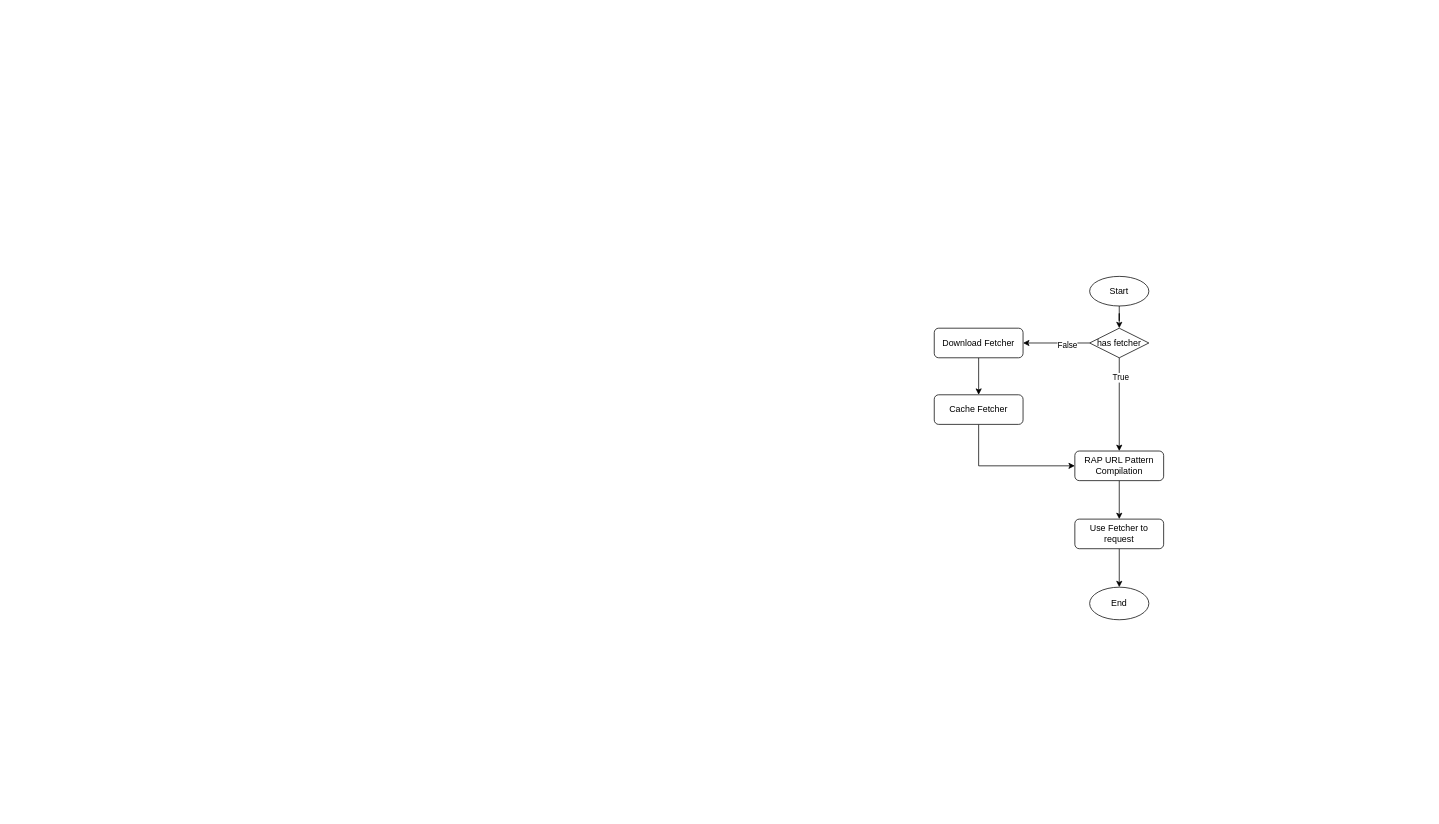
The draw.io diagram RAP Data Source.drawio in Zsynuting/diagram, before the edit. Source tidied: cells renumbered, new cells numbered last; positions are measured from the earlier drawing's top-left corner, leaving out a move shared by most shapes. Both pictures are drawn from the tidied source at 74%, with x=0, y=0 at pixel (934, 276).
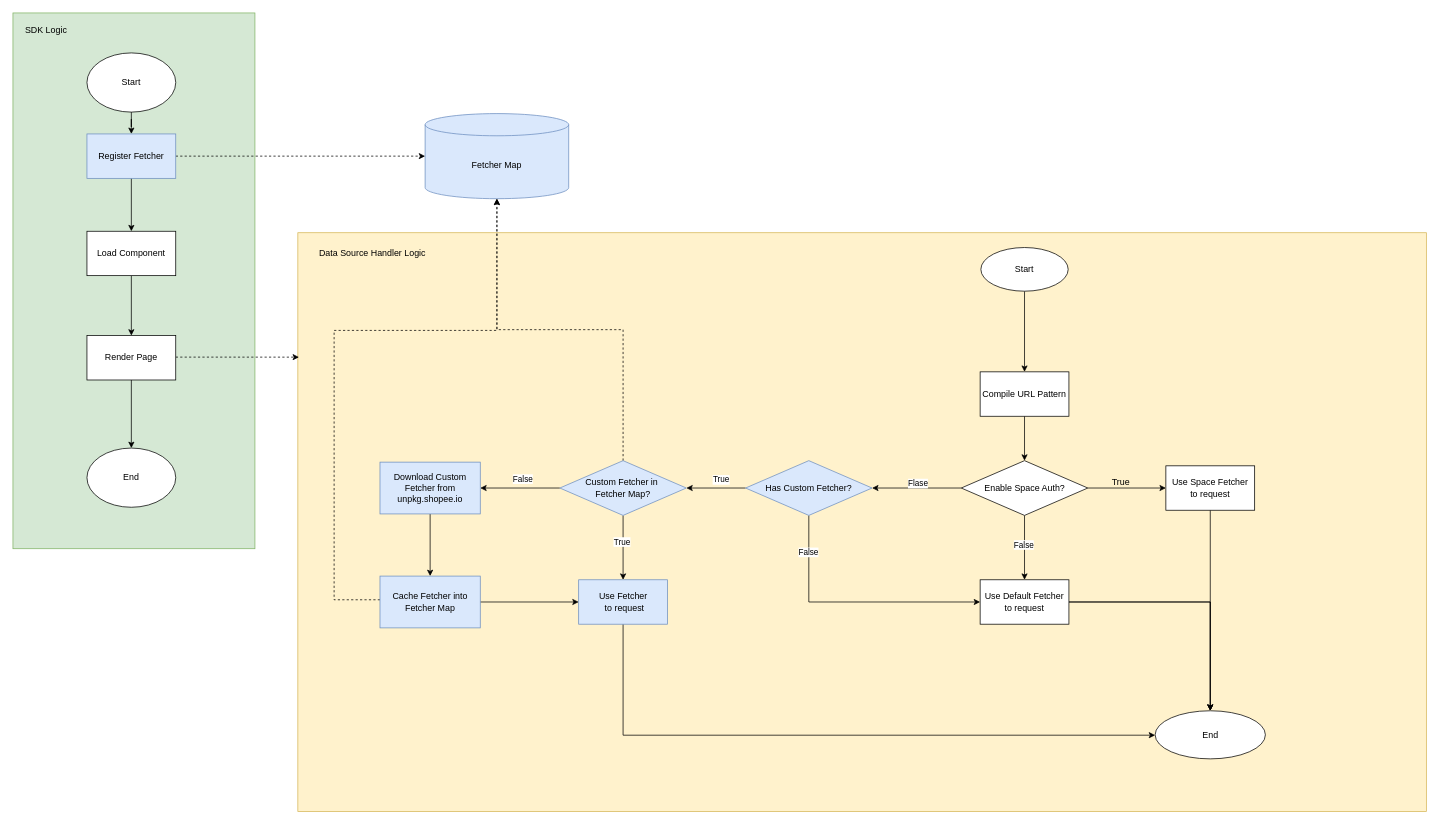
Above is the later version.

The edit, as a diff of the source:
```diff
@@
-    <mxCell id="2" style="edgeStyle=orthogonalEdgeStyle;rounded=0;jettySize=auto;html=1;" parent="1" edge="1" source="3" target="7">
-      <mxGeometry relative="1" as="geometry" />
-    </mxCell>
-    <mxCell id="3" value="RAP URL Pattern Compilation" style="rounded=1;whiteSpace=wrap;html=1;fontSize=12;glass=0;strokeWidth=1;shadow=0;" parent="1" vertex="1">
-      <mxGeometry x="190" y="236" width="120" height="40" as="geometry" />
-    </mxCell>
-    <mxCell id="4" style="edgeStyle=orthogonalEdgeStyle;rounded=0;jettySize=auto;html=1;" parent="1" edge="1" source="5" target="17">
-      <mxGeometry relative="1" as="geometry" />
-    </mxCell>
-    <mxCell id="5" value="Download Fetcher" style="rounded=1;whiteSpace=wrap;html=1;fontSize=12;glass=0;strokeWidth=1;shadow=0;" parent="1" vertex="1">
-      <mxGeometry y="70" width="120" height="40" as="geometry" />
-    </mxCell>
-    <mxCell id="6" style="edgeStyle=orthogonalEdgeStyle;rounded=0;jettySize=auto;html=1;" parent="1" edge="1" source="7" target="10">
-      <mxGeometry relative="1" as="geometry" />
-    </mxCell>
+    <mxCell id="18" style="rounded=0;whiteSpace=wrap;html=1;fillColor=#d5e8d4;strokeColor=#82b366;" parent="1" vertex="1">
+      <mxGeometry x="-1245" y="-356" width="327" height="724" as="geometry" />
+    </mxCell>
+    <mxCell id="19" style="rounded=0;whiteSpace=wrap;html=1;fillColor=#fff2cc;strokeColor=#d6b656;" parent="1" vertex="1">
+      <mxGeometry x="-860" y="-59" width="1525" height="782" as="geometry" />
+    </mxCell>
+    <mxCell id="20" style="edgeStyle=orthogonalEdgeStyle;rounded=0;jettySize=auto;html=1;" parent="1" edge="1" source="9" target="22">
+      <mxGeometry relative="1" as="geometry" />
+    </mxCell>
+    <mxCell id="9" value="Start" style="ellipse;whiteSpace=wrap;html=1;" parent="1" vertex="1">
+      <mxGeometry x="63" y="-39" width="118" height="59" as="geometry" />
+    </mxCell>
+    <mxCell id="21" style="edgeStyle=orthogonalEdgeStyle;rounded=0;jettySize=auto;html=1;" parent="1" edge="1" source="22" target="28">
+      <mxGeometry relative="1" as="geometry" />
+    </mxCell>
+    <mxCell id="22" value="Compile URL Pattern" style="whiteSpace=wrap;html=1;" parent="1" vertex="1">
+      <mxGeometry x="62" y="129" width="120" height="60" as="geometry" />
+    </mxCell>
+    <mxCell id="23" style="edgeStyle=orthogonalEdgeStyle;rounded=0;jettySize=auto;html=1;" parent="1" edge="1" source="28" target="30">
+      <mxGeometry relative="1" as="geometry" />
+    </mxCell>
+    <mxCell id="24" style="edgeStyle=orthogonalEdgeStyle;rounded=0;jettySize=auto;html=1;" parent="1" edge="1" source="28" target="34">
+      <mxGeometry relative="1" as="geometry" />
+    </mxCell>
+    <mxCell id="25" value="False" style="edgeLabel;html=1;align=center;verticalAlign=middle;" parent="24" vertex="1">
+      <mxGeometry x="-0.1" y="-2" relative="1" as="geometry" />
+    </mxCell>
+    <mxCell id="26" style="edgeStyle=orthogonalEdgeStyle;rounded=0;jettySize=auto;html=1;" parent="1" edge="1" source="28" target="39">
+      <mxGeometry relative="1" as="geometry" />
+    </mxCell>
+    <mxCell id="27" value="Flase" style="edgeLabel;html=1;align=center;verticalAlign=middle;" parent="26" vertex="1">
+      <mxGeometry x="0.31" y="3" relative="1" as="geometry">
+        <mxPoint x="20" y="-10" as="offset" />
+      </mxGeometry>
+    </mxCell>
+    <mxCell id="28" value="Enable Space Auth?" style="rhombus;whiteSpace=wrap;html=1;" parent="1" vertex="1">
+      <mxGeometry x="36.5" y="249" width="171" height="74" as="geometry" />
+    </mxCell>
+    <mxCell id="29" style="edgeStyle=orthogonalEdgeStyle;rounded=0;jettySize=auto;html=1;" parent="1" edge="1" source="30" target="35">
+      <mxGeometry relative="1" as="geometry" />
+    </mxCell>
+    <mxCell id="30" value="Use Space Fetcher&lt;br&gt;to request" style="whiteSpace=wrap;html=1;" parent="1" vertex="1">
+      <mxGeometry x="313" y="256" width="120" height="60" as="geometry" />
+    </mxCell>
+    <mxCell id="31" value="True" style="text;html=1;align=center;verticalAlign=middle;strokeColor=none;fillColor=none;" parent="1" vertex="1">
+      <mxGeometry x="231" y="266" width="42" height="26" as="geometry" />
+    </mxCell>
+    <mxCell id="32" style="edgeStyle=orthogonalEdgeStyle;rounded=0;jettySize=auto;html=1;" parent="1" edge="1" source="34" target="35">
+      <mxGeometry relative="1" as="geometry" />
+    </mxCell>
+    <mxCell id="33" style="edgeStyle=orthogonalEdgeStyle;rounded=0;jettySize=auto;html=1;" parent="1" edge="1" source="34" target="35">
+      <mxGeometry relative="1" as="geometry" />
+    </mxCell>
+    <mxCell id="34" value="Use Default Fetcher&lt;br&gt;to request" style="whiteSpace=wrap;html=1;" parent="1" vertex="1">
+      <mxGeometry x="62" y="410" width="120" height="60" as="geometry" />
+    </mxCell>
+    <mxCell id="35" value="End" style="ellipse;whiteSpace=wrap;html=1;" parent="1" vertex="1">
+      <mxGeometry x="298.5" y="587" width="149" height="65" as="geometry" />
+    </mxCell>
+    <mxCell id="36" value="True" style="edgeStyle=orthogonalEdgeStyle;rounded=0;jettySize=auto;html=1;" parent="1" edge="1" source="39" target="55">
+      <mxGeometry x="-0.17" y="-11" relative="1" as="geometry" />
+    </mxCell>
+    <mxCell id="37" style="edgeStyle=orthogonalEdgeStyle;rounded=0;jettySize=auto;html=1;" parent="1" edge="1" source="39" target="34">
+      <mxGeometry relative="1" as="geometry">
+        <Array as="points">
+          <mxPoint x="-169" y="440" />
+        </Array>
+      </mxGeometry>
+    </mxCell>
+    <mxCell id="38" value="False" style="edgeLabel;html=1;align=center;verticalAlign=middle;" parent="37" vertex="1">
+      <mxGeometry x="-0.72" y="-1" relative="1" as="geometry" />
+    </mxCell>
+    <mxCell id="39" value="Has Custom Fetcher?" style="rhombus;whiteSpace=wrap;html=1;fillColor=#dae8fc;strokeColor=#6c8ebf;" parent="1" vertex="1">
+      <mxGeometry x="-255" y="249" width="171" height="74" as="geometry" />
+    </mxCell>
+    <mxCell id="40" value="Fetcher Map" style="shape=cylinder3;whiteSpace=wrap;html=1;boundedLbl=1;backgroundOutline=1;size=15;fillColor=#dae8fc;strokeColor=#6c8ebf;" parent="1" vertex="1">
+      <mxGeometry x="-688" y="-220" width="194" height="115" as="geometry" />
+    </mxCell>
+    <mxCell id="41" style="edgeStyle=orthogonalEdgeStyle;rounded=0;jettySize=auto;html=1;" parent="1" edge="1" source="42" target="45">
+      <mxGeometry relative="1" as="geometry" />
+    </mxCell>
+    <mxCell id="42" value="Start" style="ellipse;whiteSpace=wrap;html=1;" parent="1" vertex="1">
+      <mxGeometry x="-1145" y="-302" width="120" height="80" as="geometry" />
+    </mxCell>
+    <mxCell id="43" style="edgeStyle=orthogonalEdgeStyle;rounded=0;jettySize=auto;html=1;" parent="1" edge="1" source="45" target="47">
+      <mxGeometry relative="1" as="geometry" />
+    </mxCell>
+    <mxCell id="44" style="edgeStyle=orthogonalEdgeStyle;rounded=0;jettySize=auto;html=1;dashed=1;" parent="1" edge="1" source="45" target="40">
+      <mxGeometry relative="1" as="geometry" />
+    </mxCell>
+    <mxCell id="45" value="Register Fetcher" style="whiteSpace=wrap;html=1;fillColor=#dae8fc;strokeColor=#6c8ebf;" parent="1" vertex="1">
+      <mxGeometry x="-1145" y="-192.5" width="120" height="60" as="geometry" />
+    </mxCell>
+    <mxCell id="46" style="edgeStyle=orthogonalEdgeStyle;rounded=0;jettySize=auto;html=1;" parent="1" edge="1" source="47" target="50">
+      <mxGeometry relative="1" as="geometry" />
+    </mxCell>
+    <mxCell id="47" value="Load Component" style="whiteSpace=wrap;html=1;" parent="1" vertex="1">
+      <mxGeometry x="-1145" y="-61" width="120" height="60" as="geometry" />
+    </mxCell>
+    <mxCell id="48" style="edgeStyle=orthogonalEdgeStyle;rounded=0;jettySize=auto;html=1;" parent="1" edge="1" source="50" target="51">
+      <mxGeometry relative="1" as="geometry" />
+    </mxCell>
+    <mxCell id="49" style="edgeStyle=orthogonalEdgeStyle;rounded=0;jettySize=auto;html=1;entryX=0.001;entryY=0.215;entryDx=0;entryDy=0;entryPerimeter=0;dashed=1;" parent="1" edge="1" source="50" target="19">
+      <mxGeometry relative="1" as="geometry">
+        <Array as="points">
+          <mxPoint x="-949" y="110" />
+        </Array>
+      </mxGeometry>
+    </mxCell>
+    <mxCell id="50" value="Render Page" style="whiteSpace=wrap;html=1;" parent="1" vertex="1">
+      <mxGeometry x="-1145" y="80" width="120" height="60" as="geometry" />
+    </mxCell>
+    <mxCell id="51" value="End" style="ellipse;whiteSpace=wrap;html=1;" parent="1" vertex="1">
+      <mxGeometry x="-1145" y="232" width="120" height="80" as="geometry" />
+    </mxCell>
+    <mxCell id="52" style="edgeStyle=orthogonalEdgeStyle;rounded=0;jettySize=auto;html=1;dashed=1;" parent="1" edge="1" source="55" target="40">
+      <mxGeometry relative="1" as="geometry" />
+    </mxCell>
+    <mxCell id="53" style="edgeStyle=orthogonalEdgeStyle;rounded=0;jettySize=auto;html=1;" parent="1" edge="1" source="55" target="7">
+      <mxGeometry relative="1" as="geometry" />
+    </mxCell>
+    <mxCell id="14" value="True" style="edgeLabel;html=1;align=center;verticalAlign=middle;" parent="53" vertex="1">
+      <mxGeometry x="-0.2" y="-2" relative="1" as="geometry" />
+    </mxCell>
+    <mxCell id="54" value="False" style="edgeStyle=orthogonalEdgeStyle;rounded=0;jettySize=auto;html=1;" parent="1" edge="1" source="55" target="58">
+      <mxGeometry x="-0.07" y="-12" relative="1" as="geometry" />
+    </mxCell>
+    <mxCell id="55" value="Custom Fetcher in&amp;nbsp;&lt;br&gt;Fetcher Map?" style="rhombus;whiteSpace=wrap;html=1;fillColor=#dae8fc;strokeColor=#6c8ebf;" parent="1" vertex="1">
+      <mxGeometry x="-506" y="249" width="171" height="74" as="geometry" />
+    </mxCell>
+    <mxCell id="56" style="edgeStyle=orthogonalEdgeStyle;rounded=0;jettySize=auto;html=1;" parent="1" edge="1" source="7" target="35">
+      <mxGeometry relative="1" as="geometry">
+        <Array as="points">
+          <mxPoint x="-420" y="620" />
+        </Array>
+      </mxGeometry>
+    </mxCell>
-    <mxCell id="7" value="Use Fetcher to request" style="rounded=1;whiteSpace=wrap;html=1;fontSize=12;glass=0;strokeWidth=1;shadow=0;" parent="1" vertex="1">
-      <mxGeometry x="190" y="328" width="120" height="40" as="geometry" />
+    <mxCell id="7" value="Use Fetcher&lt;br&gt;&amp;nbsp;to request" style="whiteSpace=wrap;html=1;fillColor=#dae8fc;strokeColor=#6c8ebf;" parent="1" vertex="1">
+      <mxGeometry x="-480.5" y="410" width="120" height="60" as="geometry" />
     </mxCell>
-    <mxCell id="8" style="edgeStyle=orthogonalEdgeStyle;rounded=0;jettySize=auto;html=1;" parent="1" edge="1" source="9" target="15">
-      <mxGeometry relative="1" as="geometry" />
-    </mxCell>
-    <mxCell id="9" value="Start" style="ellipse;whiteSpace=wrap;html=1;" parent="1" vertex="1">
-      <mxGeometry x="210" width="80" height="40" as="geometry" />
-    </mxCell>
-    <mxCell id="10" value="End" style="ellipse;whiteSpace=wrap;html=1;rounded=1;glass=0;strokeWidth=1;shadow=0;" parent="1" vertex="1">
-      <mxGeometry x="210" y="420" width="80" height="44" as="geometry" />
-    </mxCell>
-    <mxCell id="11" style="edgeStyle=orthogonalEdgeStyle;rounded=0;jettySize=auto;html=1;" parent="1" edge="1" source="15" target="5">
-      <mxGeometry relative="1" as="geometry" />
-    </mxCell>
-    <mxCell id="12" value="False" style="edgeLabel;html=1;align=center;verticalAlign=middle;" parent="11" vertex="1">
-      <mxGeometry x="-0.31" y="2" relative="1" as="geometry" />
-    </mxCell>
-    <mxCell id="13" style="edgeStyle=orthogonalEdgeStyle;rounded=0;jettySize=auto;html=1;entryX=0.5;entryY=0;entryDx=0;entryDy=0;" parent="1" edge="1" source="15" target="3">
-      <mxGeometry relative="1" as="geometry" />
-    </mxCell>
-    <mxCell id="14" value="True" style="edgeLabel;html=1;align=center;verticalAlign=middle;" parent="13" vertex="1">
-      <mxGeometry x="-0.59" y="1" relative="1" as="geometry" />
-    </mxCell>
-    <mxCell id="15" value="has fetcher" style="rhombus;whiteSpace=wrap;html=1;" parent="1" vertex="1">
-      <mxGeometry x="210" y="70" width="80" height="40" as="geometry" />
-    </mxCell>
-    <mxCell id="16" style="edgeStyle=orthogonalEdgeStyle;rounded=0;jettySize=auto;html=1;" parent="1" edge="1" source="17" target="3">
-      <mxGeometry relative="1" as="geometry">
-        <Array as="points">
-          <mxPoint x="60" y="256" />
-        </Array>
-      </mxGeometry>
-    </mxCell>
-    <mxCell id="17" value="Cache Fetcher" style="rounded=1;whiteSpace=wrap;html=1;fontSize=12;glass=0;strokeWidth=1;shadow=0;" parent="1" vertex="1">
-      <mxGeometry y="160" width="120" height="40" as="geometry" />
-    </mxCell>
+    <mxCell id="57" style="edgeStyle=orthogonalEdgeStyle;rounded=0;jettySize=auto;html=1;" parent="1" edge="1" source="58" target="61">
+      <mxGeometry relative="1" as="geometry" />
+    </mxCell>
+    <mxCell id="58" value="Download Custom Fetcher from unpkg.shopee.io" style="whiteSpace=wrap;html=1;fillColor=#dae8fc;strokeColor=#6c8ebf;" parent="1" vertex="1">
+      <mxGeometry x="-749" y="251" width="135.5" height="70" as="geometry" />
+    </mxCell>
+    <mxCell id="59" style="edgeStyle=orthogonalEdgeStyle;rounded=0;jettySize=auto;html=1;entryX=0.5;entryY=1;entryDx=0;entryDy=0;entryPerimeter=0;dashed=1;" parent="1" edge="1" source="61" target="40">
+      <mxGeometry relative="1" as="geometry">
+        <Array as="points">
+          <mxPoint x="-811" y="437" />
+          <mxPoint x="-811" y="73" />
+          <mxPoint x="-591" y="73" />
+        </Array>
+      </mxGeometry>
+    </mxCell>
+    <mxCell id="60" style="edgeStyle=orthogonalEdgeStyle;rounded=0;jettySize=auto;html=1;" parent="1" edge="1" source="61" target="7">
+      <mxGeometry relative="1" as="geometry" />
+    </mxCell>
+    <mxCell id="61" value="Cache Fetcher into Fetcher Map" style="whiteSpace=wrap;html=1;fillColor=#dae8fc;strokeColor=#6c8ebf;" parent="1" vertex="1">
+      <mxGeometry x="-749" y="405" width="135.5" height="70" as="geometry" />
+    </mxCell>
+    <mxCell id="62" value="Data Source Handler Logic" style="text;strokeColor=none;align=center;fillColor=none;html=1;verticalAlign=middle;whiteSpace=wrap;rounded=0;" parent="1" vertex="1">
+      <mxGeometry x="-847" y="-46" width="176" height="30" as="geometry" />
+    </mxCell>
+    <mxCell id="63" value="SDK Logic" style="text;strokeColor=none;align=center;fillColor=none;html=1;verticalAlign=middle;whiteSpace=wrap;rounded=0;" parent="1" vertex="1">
+      <mxGeometry x="-1230" y="-348" width="60" height="30" as="geometry" />
+    </mxCell>
```
